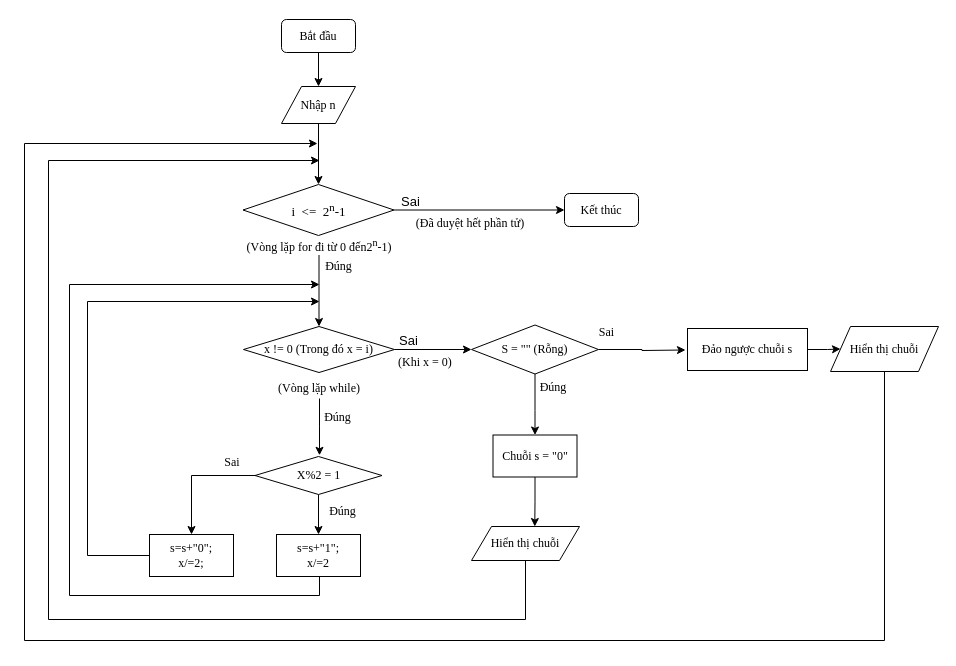
Earlier version of the draw.io diagram sodokhoi.drawio (khuevotan/Nhiphan). Source tidied: cells renumbered, new cells numbered last; positions are measured from the earlier drawing's top-left corner, leaving out a move shared by most shapes. Both pictures are drawn from the tidied source at 100%, with x=0, y=0 at pixel (24, 19).
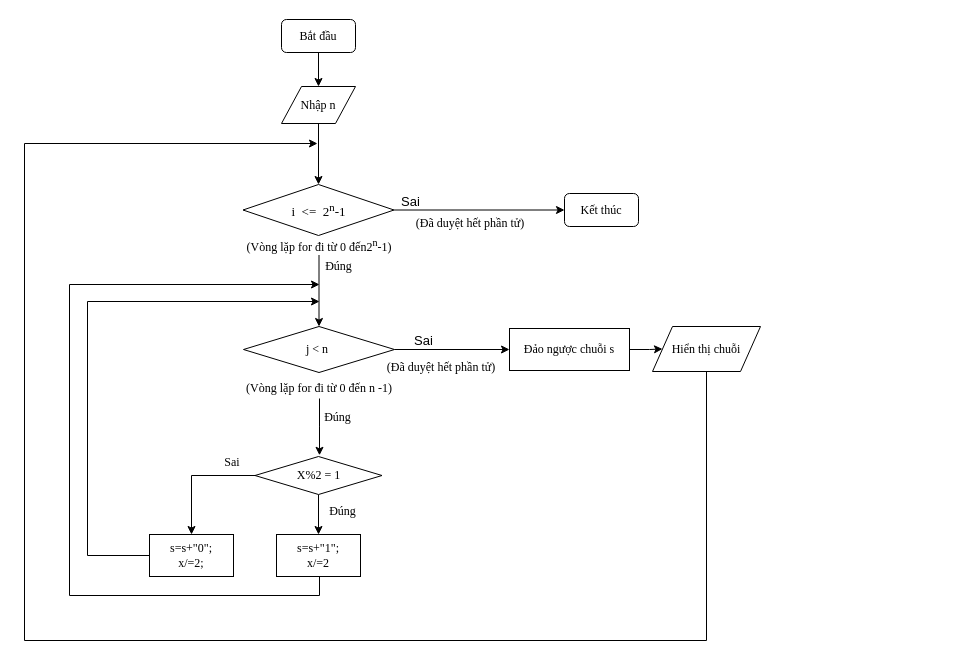
The same page after the edit.

Diff of the diagram source:
```diff
@@
     <mxCell id="12" style="edgeStyle=orthogonalEdgeStyle;rounded=0;jettySize=auto;html=1;exitX=0.5;exitY=1;exitDx=0;exitDy=0;" parent="1" edge="1" source="13">
       <mxGeometry relative="1" as="geometry">
         <mxPoint x="293" y="124" as="targetPoint" />
         <Array as="points">
-          <mxPoint x="860" y="621" />
+          <mxPoint x="682" y="621" />
           <mxPoint y="621" />
           <mxPoint y="124" />
         </Array>
       </mxGeometry>
     </mxCell>
     <mxCell id="13" value="Hiển thị chuỗi" style="shape=parallelogram;perimeter=parallelogramPerimeter;whiteSpace=wrap;html=1;fixedSize=1;fontFamily=Times New Roman;" parent="1" vertex="1">
-      <mxGeometry x="806" y="307" width="108" height="45" as="geometry" />
+      <mxGeometry x="628" y="307" width="108" height="45" as="geometry" />
     </mxCell>
-    <mxCell id="14" style="edgeStyle=orthogonalEdgeStyle;rounded=0;jettySize=auto;html=1;entryX=0;entryY=0.5;entryDx=0;entryDy=0;fontFamily=Times New Roman;" parent="1" edge="1" source="15" target="18">
+    <mxCell id="14" style="edgeStyle=orthogonalEdgeStyle;rounded=0;jettySize=auto;html=1;entryX=0;entryY=0.5;entryDx=0;entryDy=0;fontFamily=Times New Roman;" parent="1" edge="1" source="15" target="22">
       <mxGeometry relative="1" as="geometry" />
     </mxCell>
-    <mxCell id="15" value="x != 0 (Trong đó x = i)" style="rhombus;whiteSpace=wrap;html=1;fontFamily=Times New Roman;" parent="1" vertex="1">
+    <mxCell id="15" value="j &amp;lt; n&amp;nbsp;" style="rhombus;whiteSpace=wrap;html=1;fontFamily=Times New Roman;" parent="1" vertex="1">
       <mxGeometry x="219" y="307" width="151" height="46" as="geometry" />
     </mxCell>
-    <mxCell id="16" style="edgeStyle=orthogonalEdgeStyle;rounded=0;jettySize=auto;html=1;fontFamily=Times New Roman;" parent="1" edge="1" source="18" target="20">
-      <mxGeometry relative="1" as="geometry">
-        <Array as="points">
-          <mxPoint x="511" y="391" />
-          <mxPoint x="511" y="391" />
-        </Array>
-      </mxGeometry>
-    </mxCell>
-    <mxCell id="17" style="edgeStyle=orthogonalEdgeStyle;rounded=0;jettySize=auto;html=1;entryX=0;entryY=0.5;entryDx=0;entryDy=0;fontFamily=Times New Roman;" parent="1" edge="1" source="18">
-      <mxGeometry relative="1" as="geometry">
-        <mxPoint x="661" y="330.5" as="targetPoint" />
-      </mxGeometry>
-    </mxCell>
-    <mxCell id="18" value="S = &quot;&quot; (Rỗng)" style="rhombus;whiteSpace=wrap;html=1;fontFamily=Times New Roman;" parent="1" vertex="1">
-      <mxGeometry x="447" y="305.5" width="127" height="49" as="geometry" />
-    </mxCell>
-    <mxCell id="19" style="edgeStyle=orthogonalEdgeStyle;rounded=0;jettySize=auto;html=1;entryX=0.586;entryY=0;entryDx=0;entryDy=0;entryPerimeter=0;fontFamily=Times New Roman;" parent="1" edge="1" source="20" target="24">
-      <mxGeometry relative="1" as="geometry" />
-    </mxCell>
-    <mxCell id="20" value="Chuỗi s = &quot;0&quot;" style="rounded=0;whiteSpace=wrap;html=1;fontFamily=Times New Roman;" parent="1" vertex="1">
-      <mxGeometry x="468.5" y="415.5" width="84" height="42" as="geometry" />
-    </mxCell>
@@
     <mxCell id="22" value="Đảo ngược chuỗi s" style="rounded=0;whiteSpace=wrap;html=1;fontFamily=Times New Roman;" parent="1" vertex="1">
-      <mxGeometry x="663" y="309" width="120" height="42" as="geometry" />
+      <mxGeometry x="485" y="309" width="120" height="42" as="geometry" />
     </mxCell>
-    <mxCell id="23" style="edgeStyle=orthogonalEdgeStyle;rounded=0;jettySize=auto;html=1;fontFamily=Times New Roman;fontSize=13;" parent="1" edge="1" source="24">
-      <mxGeometry relative="1" as="geometry">
-        <mxPoint x="295" y="141" as="targetPoint" />
-        <Array as="points">
-          <mxPoint x="501" y="600" />
-          <mxPoint x="24" y="600" />
-          <mxPoint x="24" y="141" />
-          <mxPoint x="295" y="141" />
-        </Array>
-      </mxGeometry>
-    </mxCell>
-    <mxCell id="24" value="Hiển thị chuỗi" style="shape=parallelogram;perimeter=parallelogramPerimeter;whiteSpace=wrap;html=1;fixedSize=1;fontFamily=Times New Roman;" parent="1" vertex="1">
-      <mxGeometry x="447" y="507" width="108" height="34" as="geometry" />
-    </mxCell>
@@
-    <mxCell id="35" value="&lt;font style=&quot;font-size: 12px&quot;&gt;(Vòng lặp while)&lt;/font&gt;" style="text;html=1;strokeColor=none;fillColor=none;align=center;verticalAlign=middle;whiteSpace=wrap;rounded=0;fontFamily=Times New Roman;fontSize=13;" parent="1" vertex="1">
+    <mxCell id="35" value="&lt;span style=&quot;font-size: 12px&quot;&gt;(Vòng lặp for đi từ 0 đến n -1&lt;/span&gt;&lt;span style=&quot;font-size: 12px&quot;&gt;)&lt;/span&gt;" style="text;html=1;strokeColor=none;fillColor=none;align=center;verticalAlign=middle;whiteSpace=wrap;rounded=0;fontFamily=Times New Roman;fontSize=13;" parent="1" vertex="1">
       <mxGeometry x="209" y="356" width="172" height="23" as="geometry" />
     </mxCell>
     <mxCell id="36" value="&lt;font style=&quot;font-size: 13px&quot;&gt;Sai&lt;/font&gt;" style="edgeLabel;html=1;align=center;verticalAlign=middle;fontSize=10;" parent="1" vertex="1">
-      <mxGeometry x="392" y="324" as="geometry">
+      <mxGeometry x="407" y="324" as="geometry">
         <mxPoint x="-9" y="-4" as="offset" />
       </mxGeometry>
     </mxCell>
@@
-    <mxCell id="38" value="&lt;font style=&quot;font-size: 12px&quot;&gt;(Khi x = 0)&lt;/font&gt;" style="text;html=1;strokeColor=none;fillColor=none;align=center;verticalAlign=middle;whiteSpace=wrap;rounded=0;fontFamily=Times New Roman;fontSize=13;" parent="1" vertex="1">
-      <mxGeometry x="315" y="330" width="172" height="23" as="geometry" />
+    <mxCell id="38" value="&lt;span style=&quot;font-size: 12px&quot;&gt;(Đã duyệt hết phần tử)&lt;/span&gt;" style="text;html=1;strokeColor=none;fillColor=none;align=center;verticalAlign=middle;whiteSpace=wrap;rounded=0;fontFamily=Times New Roman;fontSize=13;" parent="1" vertex="1">
+      <mxGeometry x="331" y="335" width="172" height="23" as="geometry" />
     </mxCell>
@@
-    <mxCell id="41" value="Đúng" style="text;html=1;strokeColor=none;fillColor=none;align=center;verticalAlign=middle;whiteSpace=wrap;rounded=0;fontFamily=Times New Roman;fontSize=12;" parent="1" vertex="1">
-      <mxGeometry x="499" y="353" width="60" height="30" as="geometry" />
-    </mxCell>
-    <mxCell id="42" value="Sai" style="text;html=1;strokeColor=none;fillColor=none;align=center;verticalAlign=middle;whiteSpace=wrap;rounded=0;fontFamily=Times New Roman;fontSize=12;" parent="1" vertex="1">
-      <mxGeometry x="567" y="301.5" width="30.5" height="22.5" as="geometry" />
-    </mxCell>
```
